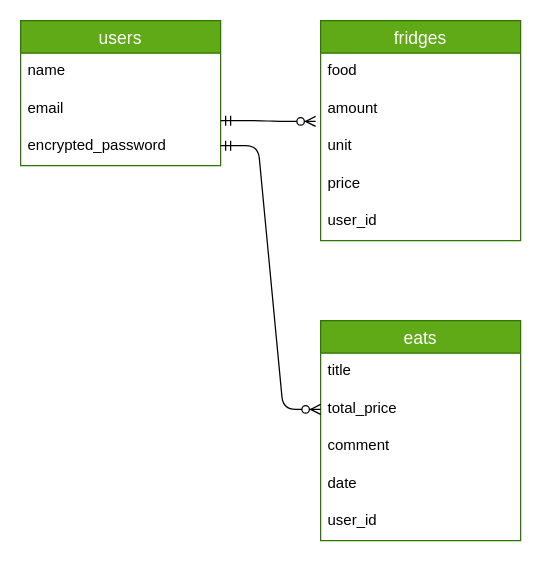
Before: er.dio in nameko710/meshiroku, a draw.io diagram. Source tidied: cells renumbered, new cells numbered last; positions are measured from the earlier drawing's top-left corner, leaving out a move shared by most shapes. Both pictures are drawn from the tidied source at 125%, with x=0, y=0 at pixel (20, 20).
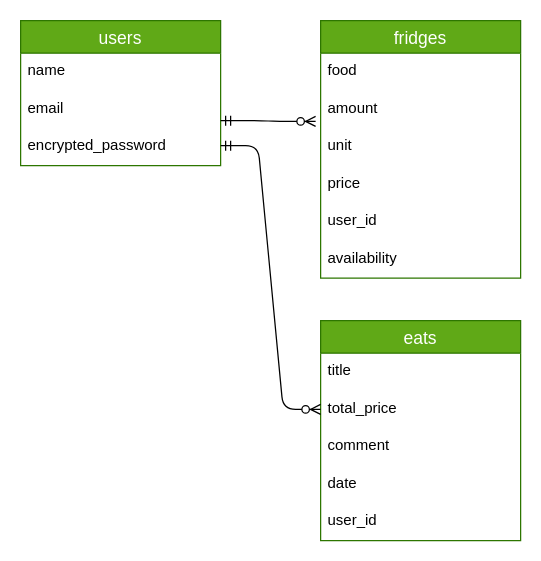
The same page after the edit.

The edit, as a diff of the source:
```diff
@@
     <mxCell id="6" value="fridges" style="swimlane;fontStyle=0;horizontal=1;startSize=26;align=center;fontSize=14;fillColor=#60a917;fontColor=#ffffff;strokeColor=#2D7600;" parent="1" vertex="1">
-      <mxGeometry x="240" width="160" height="176" as="geometry" />
+      <mxGeometry x="240" width="160" height="206" as="geometry" />
     </mxCell>
@@
+    <mxCell id="20" value="availability" style="text;strokeColor=none;fillColor=none;spacingLeft=4;spacingRight=4;overflow=hidden;fontSize=12;" parent="6" vertex="1">
+      <mxGeometry y="176" width="160" height="30" as="geometry" />
+    </mxCell>
```
